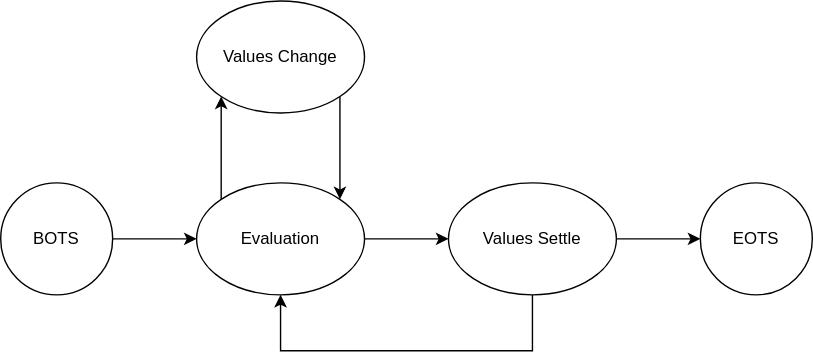
Before: docs/source/diagrams/svg/timing_model.svg, a diagram exported from draw.io (cocotb/cocotb). Source tidied: cells renumbered, new cells last; positions are measured from the earlier drawing's top-left corner, leaving out a move shared by most shapes.
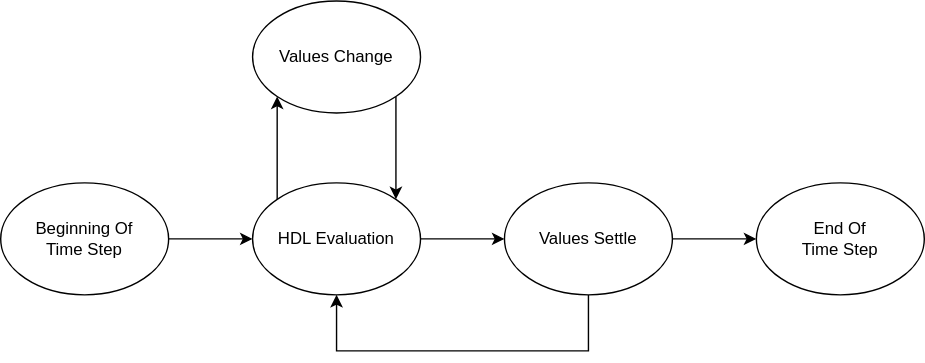
Above is the later version.

Change to the diagram source:
```diff
@@ -2,22 +2,16 @@
   <root>
     <mxCell id="0" />
     <mxCell id="1" parent="0" />
-    <mxCell id="2" style="edgeStyle=orthogonalEdgeStyle;rounded=0;jettySize=auto;html=1;entryX=0;entryY=0.5;entryDx=0;entryDy=0;" parent="1" edge="1" source="3" target="7">
+    <mxCell id="2" style="edgeStyle=orthogonalEdgeStyle;rounded=0;jettySize=auto;html=1;entryX=0;entryY=0.5;entryDx=0;entryDy=0;exitX=1;exitY=0.5;exitDx=0;exitDy=0;" parent="1" edge="1" source="13" target="7">
       <mxGeometry relative="1" as="geometry" />
     </mxCell>
-    <mxCell id="3" value="BOTS" style="ellipse;whiteSpace=wrap;html=1;" parent="1" vertex="1">
-      <mxGeometry y="130" width="80" height="80" as="geometry" />
-    </mxCell>
-    <mxCell id="4" value="EOTS" style="ellipse;whiteSpace=wrap;html=1;" parent="1" vertex="1">
-      <mxGeometry x="500" y="130" width="80" height="80" as="geometry" />
-    </mxCell>
     <mxCell id="5" style="edgeStyle=orthogonalEdgeStyle;rounded=0;jettySize=auto;html=1;exitX=1;exitY=0.5;exitDx=0;exitDy=0;entryX=0;entryY=0.5;entryDx=0;entryDy=0;" parent="1" edge="1" source="7" target="12">
       <mxGeometry relative="1" as="geometry" />
     </mxCell>
     <mxCell id="6" style="edgeStyle=orthogonalEdgeStyle;rounded=0;jettySize=auto;html=1;exitX=0;exitY=0;exitDx=0;exitDy=0;entryX=0;entryY=1;entryDx=0;entryDy=0;" parent="1" edge="1" source="7" target="9">
       <mxGeometry relative="1" as="geometry" />
     </mxCell>
-    <mxCell id="7" value="Evaluation" style="ellipse;whiteSpace=wrap;html=1;" parent="1" vertex="1">
+    <mxCell id="7" value="HDL Evaluation" style="ellipse;whiteSpace=wrap;html=1;" parent="1" vertex="1">
       <mxGeometry x="140" y="130" width="120" height="80" as="geometry" />
     </mxCell>
     <mxCell id="8" style="edgeStyle=orthogonalEdgeStyle;rounded=0;jettySize=auto;html=1;exitX=1;exitY=1;exitDx=0;exitDy=0;entryX=1;entryY=0;entryDx=0;entryDy=0;" parent="1" edge="1" source="9" target="7">
@@ -26,7 +20,7 @@
     <mxCell id="9" value="Values Change" style="ellipse;whiteSpace=wrap;html=1;" parent="1" vertex="1">
       <mxGeometry x="140" width="120" height="80" as="geometry" />
     </mxCell>
-    <mxCell id="10" style="edgeStyle=orthogonalEdgeStyle;rounded=0;jettySize=auto;html=1;exitX=1;exitY=0.5;exitDx=0;exitDy=0;entryX=0;entryY=0.5;entryDx=0;entryDy=0;" parent="1" edge="1" source="12" target="4">
+    <mxCell id="10" style="edgeStyle=orthogonalEdgeStyle;rounded=0;jettySize=auto;html=1;exitX=1;exitY=0.5;exitDx=0;exitDy=0;entryX=0;entryY=0.5;entryDx=0;entryDy=0;" parent="1" edge="1" source="12" target="14">
       <mxGeometry relative="1" as="geometry" />
     </mxCell>
     <mxCell id="11" style="edgeStyle=orthogonalEdgeStyle;rounded=0;jettySize=auto;html=1;exitX=0.5;exitY=1;exitDx=0;exitDy=0;entryX=0.5;entryY=1;entryDx=0;entryDy=0;" parent="1" edge="1" source="12" target="7">
@@ -40,5 +34,11 @@
     <mxCell id="12" value="Values Settle" style="ellipse;whiteSpace=wrap;html=1;" parent="1" vertex="1">
       <mxGeometry x="320" y="130" width="120" height="80" as="geometry" />
     </mxCell>
+    <mxCell id="13" value="Beginning Of&lt;div&gt;Time Step&lt;/div&gt;" style="ellipse;whiteSpace=wrap;html=1;" parent="1" vertex="1">
+      <mxGeometry x="-40" y="130" width="120" height="80" as="geometry" />
+    </mxCell>
+    <mxCell id="14" value="End Of&lt;div&gt;Time Step&lt;/div&gt;" style="ellipse;whiteSpace=wrap;html=1;" parent="1" vertex="1">
+      <mxGeometry x="500" y="130" width="120" height="80" as="geometry" />
+    </mxCell>
   </root>
 </mxGraphModel>
```
